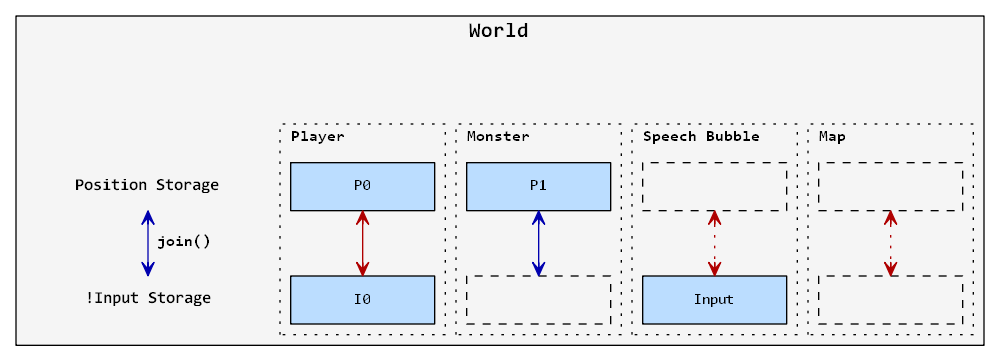
The Graphviz diagram assets/images/join_storage_exclude.dot.png in azriel91/ecs_paradigm, before a commit. Its source is kept beside it as assets/dot/join_storage_exclude.dot.
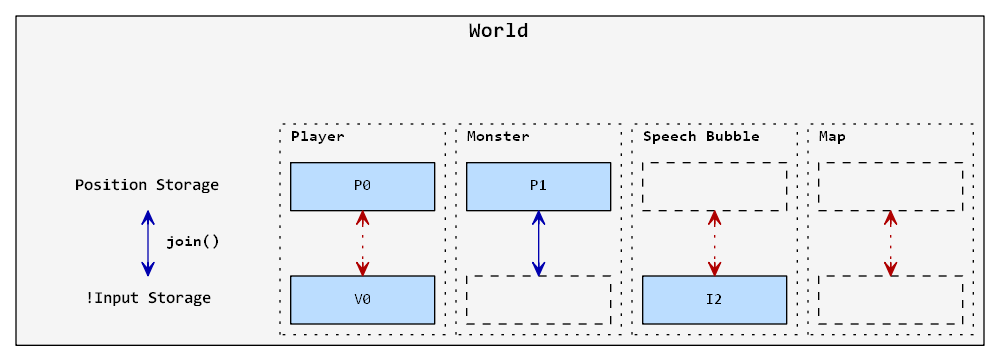
The same diagram one commit later.

What changed in the source:
```diff
@@ -53,10 +53,10 @@
                     arrowtail = "vee",
                 ];
 
-                storage_1 [label = <<b>Position Storage</b>>];
-                storage_2 [label = <<b>!Input Storage</b>>];
+                storage_position [label = <<b>Position Storage</b>>];
+                storage_input [label = <<b>!Input Storage</b>>];
 
-                storage_1 -> storage_2 [label = <<b> join()</b>>];
+                storage_position -> storage_input [label = <<b>  join()</b>>];
             };
 
             subgraph cluster_Player {
@@ -67,10 +67,10 @@
                 labeljust = l;
                 style = dotted;
 
-                edge [color = "#af0000"];
+                edge [color = "#af0000", style = "dotted"];
 
                 player_position [label = "P0"];
-                player_input [label = "I0"];
+                player_input [label = "V0"];
 
                 player_position -> player_input;
             };
@@ -100,7 +100,7 @@
                 edge [color = "#af0000", style = "dotted"];
 
                 speech_bubble_position [label = "", style = dashed];
-                speech_bubble_input [label = "Input"];
+                speech_bubble_input [label = "I2"];
 
                 speech_bubble_position -> speech_bubble_input;
             };
@@ -124,7 +124,7 @@
         }
 
         top [style = invis, width = 0, height = 0];
-        top -> storage_1;
+        top -> storage_position;
         top -> player_position;
         top -> monster_position;
         top -> speech_bubble_position;
```
